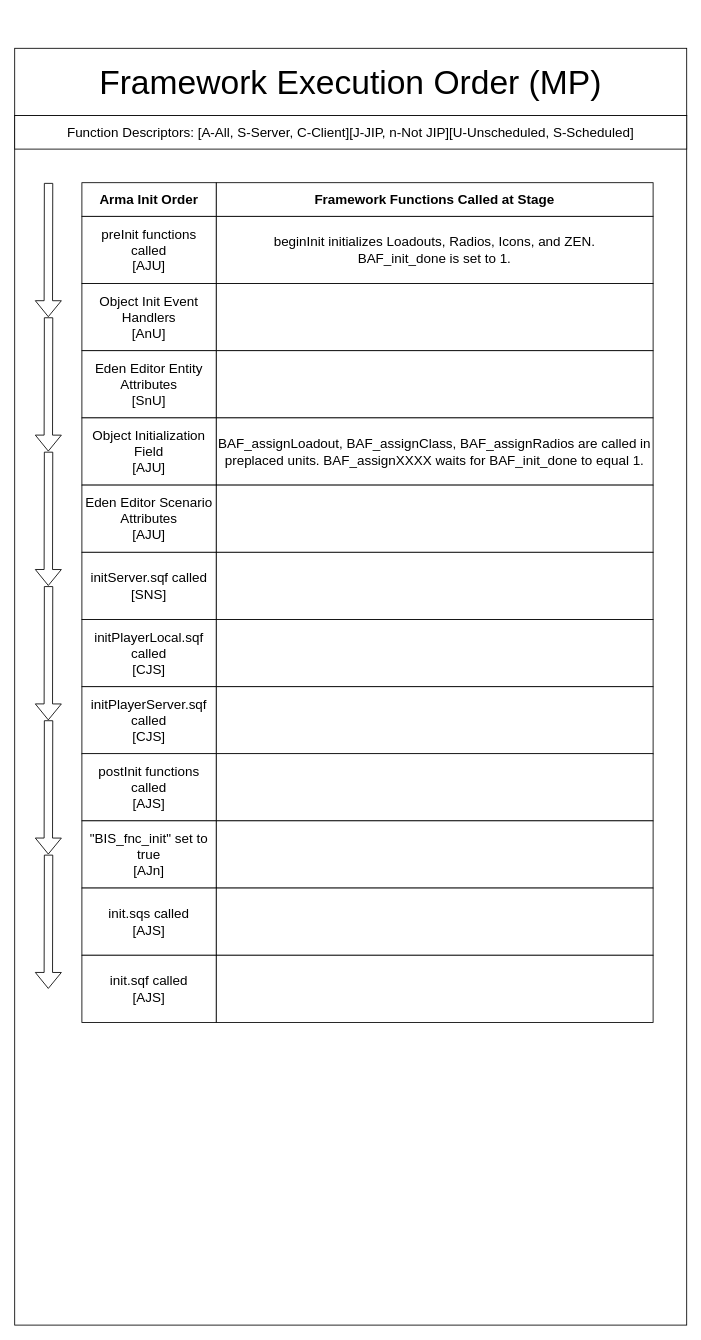
The draw.io diagram .notes/diagrams/FrameworkExecutionOrder.drawio in BAXENdev/BAF, before the edit. Source tidied: cells renumbered, new cells numbered last; positions are measured from the earlier drawing's top-left corner, leaving out a move shared by most shapes. Both pictures are drawn from the tidied source at 84%, with x=0, y=0 at pixel (14, 48).
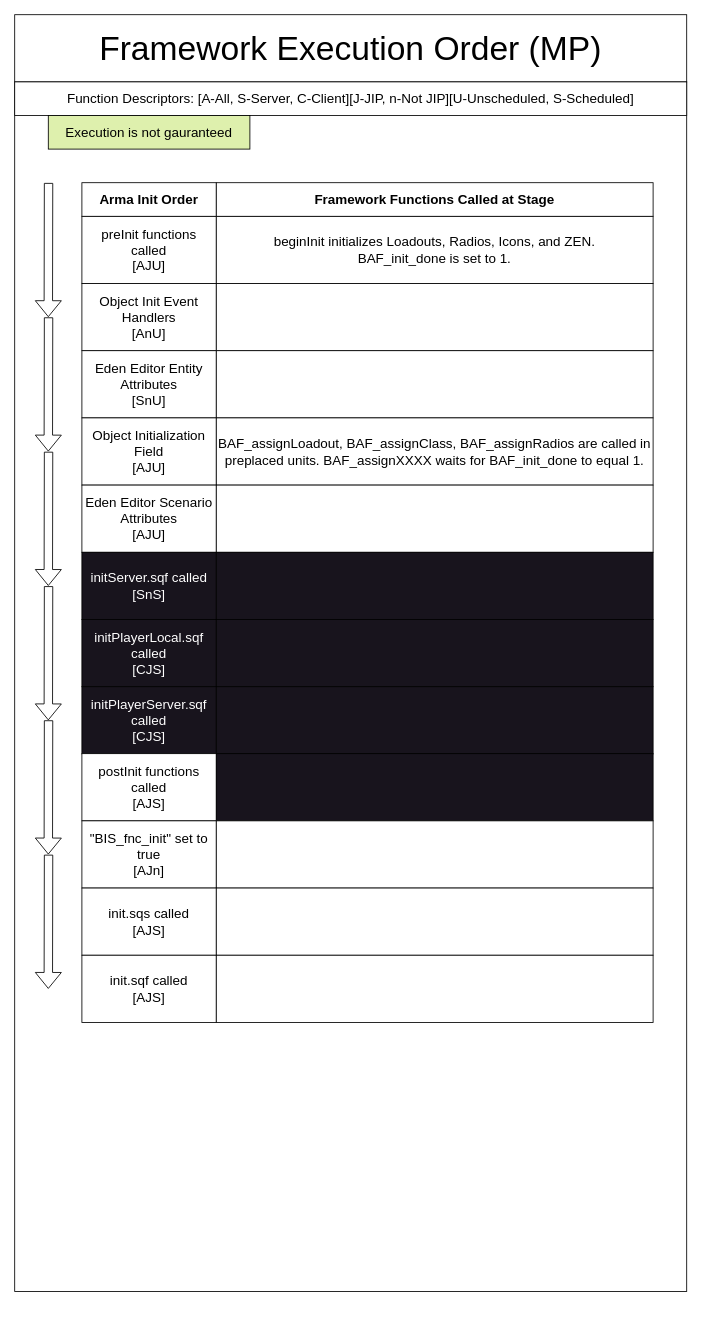
After the change.

Change to the diagram source:
```diff
@@
     <mxCell id="2" style="rounded=0;whiteSpace=wrap;html=1;fontSize=16;fillStyle=dots;" parent="1" vertex="1">
-      <mxGeometry y="80" width="800" height="1440" as="geometry" />
+      <mxGeometry y="40" width="800" height="1440" as="geometry" />
     </mxCell>
     <mxCell id="3" value="Framework Execution Order (MP)" style="rounded=0;whiteSpace=wrap;html=1;fontSize=40;" parent="1" vertex="1">
-      <mxGeometry width="800" height="80" as="geometry" />
+      <mxGeometry y="-40" width="800" height="80" as="geometry" />
     </mxCell>
@@
     <mxCell id="9" value="Function Descriptors: [A-All, S-Server, C-Client][J-JIP, n-Not JIP][U-Unscheduled, S-Scheduled]" style="rounded=0;whiteSpace=wrap;html=1;fillStyle=auto;fontSize=16;" parent="1" vertex="1">
-      <mxGeometry y="80" width="800" height="40" as="geometry" />
+      <mxGeometry y="40" width="800" height="40" as="geometry" />
     </mxCell>
@@
-    <mxCell id="18" value="initServer.sqf called [SNS]" style="rounded=0;whiteSpace=wrap;html=1;fillStyle=auto;fontSize=16;" parent="1" vertex="1">
+    <mxCell id="18" value="initServer.sqf called [SnS]" style="rounded=0;whiteSpace=wrap;html=1;fillStyle=auto;fontSize=16;fillColor=#18141D;fontColor=#FFFFFF;" parent="1" vertex="1">
       <mxGeometry x="80" y="600" width="160" height="80" as="geometry" />
     </mxCell>
-    <mxCell id="19" style="rounded=0;whiteSpace=wrap;html=1;fillStyle=auto;fontSize=16;" parent="1" vertex="1">
+    <mxCell id="19" style="rounded=0;whiteSpace=wrap;html=1;fillStyle=auto;fontSize=16;fillColor=#18141D;fontColor=#FFFFFF;" parent="1" vertex="1">
       <mxGeometry x="240" y="600" width="520" height="80" as="geometry" />
     </mxCell>
-    <mxCell id="20" value="initPlayerLocal.sqf called&lt;br&gt;[CJS]" style="rounded=0;whiteSpace=wrap;html=1;fillStyle=auto;fontSize=16;" parent="1" vertex="1">
+    <mxCell id="20" value="initPlayerLocal.sqf called&lt;br&gt;[CJS]" style="rounded=0;whiteSpace=wrap;html=1;fillStyle=auto;fontSize=16;fillColor=#18141D;fontColor=#FFFFFF;" parent="1" vertex="1">
       <mxGeometry x="80" y="680" width="160" height="80" as="geometry" />
     </mxCell>
-    <mxCell id="21" style="rounded=0;whiteSpace=wrap;html=1;fillStyle=auto;fontSize=16;" parent="1" vertex="1">
+    <mxCell id="21" style="rounded=0;whiteSpace=wrap;html=1;fillStyle=auto;fontSize=16;fillColor=#18141D;fontColor=#FFFFFF;" parent="1" vertex="1">
       <mxGeometry x="240" y="680" width="520" height="80" as="geometry" />
     </mxCell>
@@
-    <mxCell id="23" value="initPlayerServer.sqf called&lt;br&gt;[CJS]" style="rounded=0;whiteSpace=wrap;html=1;fillStyle=auto;fontSize=16;" parent="1" vertex="1">
+    <mxCell id="23" value="initPlayerServer.sqf called&lt;br&gt;[CJS]" style="rounded=0;whiteSpace=wrap;html=1;fillStyle=auto;fontSize=16;fillColor=#18141D;fontColor=#FFFFFF;" parent="1" vertex="1">
       <mxGeometry x="80" y="760" width="160" height="80" as="geometry" />
     </mxCell>
-    <mxCell id="24" style="rounded=0;whiteSpace=wrap;html=1;fillStyle=auto;fontSize=16;" parent="1" vertex="1">
+    <mxCell id="24" style="rounded=0;whiteSpace=wrap;html=1;fillStyle=auto;fontSize=16;fillColor=#18141D;fontColor=#FFFFFF;" parent="1" vertex="1">
       <mxGeometry x="240" y="760" width="520" height="80" as="geometry" />
     </mxCell>
@@
-    <mxCell id="28" style="rounded=0;whiteSpace=wrap;html=1;fillStyle=auto;fontSize=16;" parent="1" vertex="1">
+    <mxCell id="28" style="rounded=0;whiteSpace=wrap;html=1;fillStyle=auto;fontSize=16;fillColor=#18141D;" parent="1" vertex="1">
       <mxGeometry x="240" y="839.7" width="520" height="80" as="geometry" />
     </mxCell>
@@
+    <mxCell id="37" value="&lt;font color=&quot;#000000&quot;&gt;Execution is not gauranteed&lt;/font&gt;" style="rounded=0;whiteSpace=wrap;html=1;fillStyle=auto;fontSize=16;fillColor=#DEF0AD;" parent="1" vertex="1">
+      <mxGeometry x="40" y="80" width="240" height="40" as="geometry" />
+    </mxCell>
```
